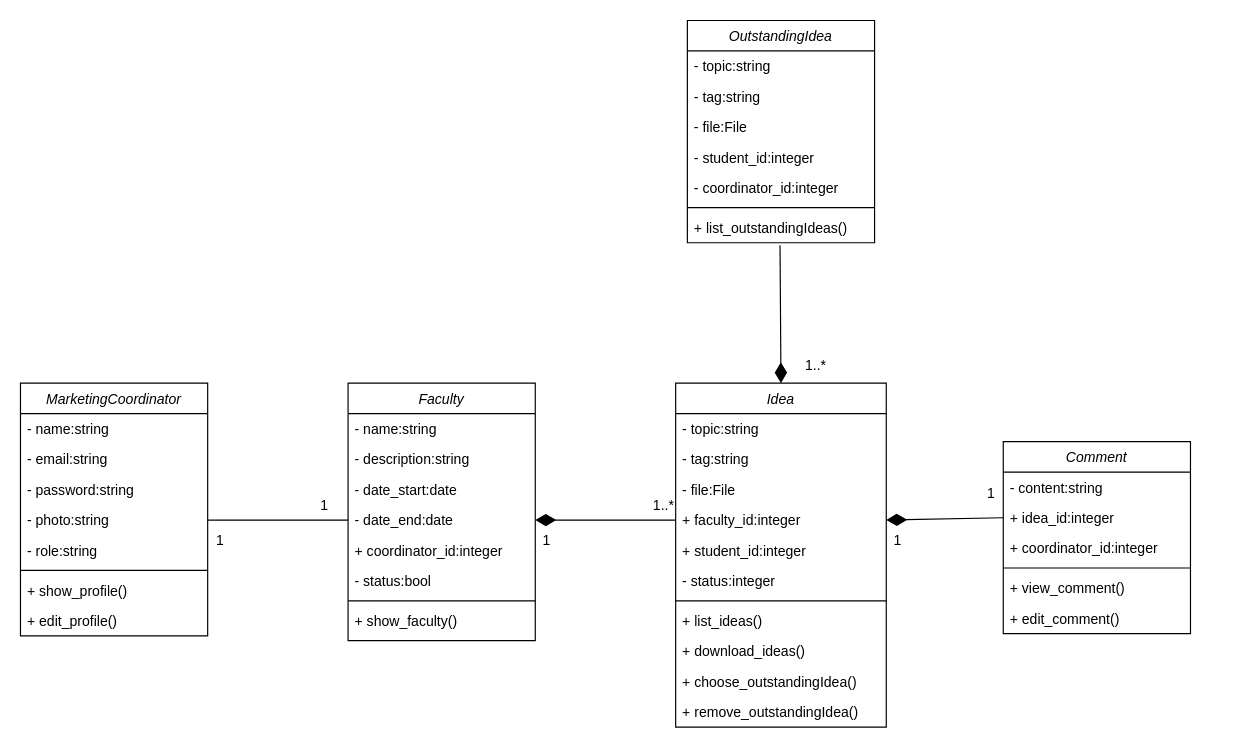
This is page "Marketing Coordinator" (4 of 5) of Database System Design diagram/Class Diagram.drawio from HungBuii/creative_ideas_project_1, a draw.io file, before an edit. Source tidied: cells renumbered, new cells numbered last; positions are measured from the earlier drawing's top-left corner, leaving out a move shared by most shapes. Both pictures are drawn from the tidied source at 117%, with x=0, y=0 at pixel (20, 20).
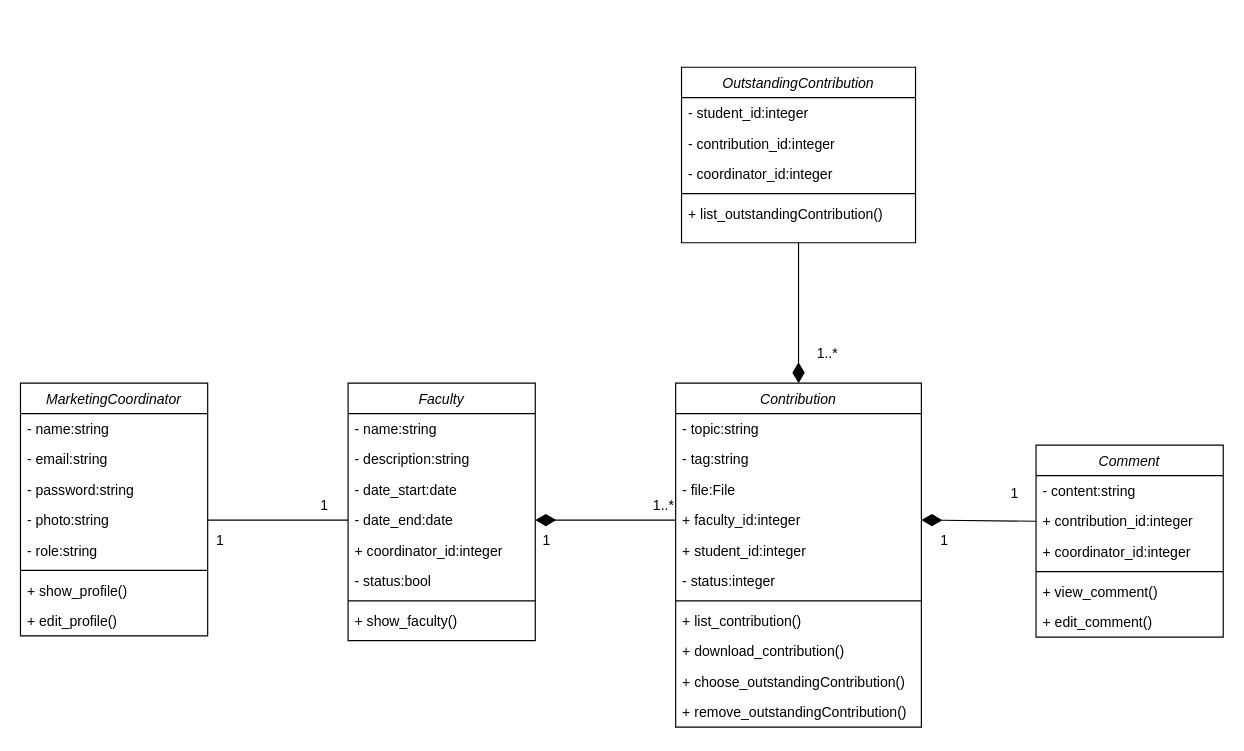
The same diagram, later.

Diff of the diagram source:
```diff
@@
-    <mxCell id="23" value="Idea" style="swimlane;fontStyle=2;align=center;verticalAlign=top;horizontal=1;startSize=26;rounded=0;shadow=0;strokeWidth=1;" parent="1" vertex="1">
-      <mxGeometry x="560" y="310" width="180" height="294" as="geometry" />
+    <mxCell id="23" value="Contribution" style="swimlane;fontStyle=2;align=center;verticalAlign=top;horizontal=1;startSize=26;rounded=0;shadow=0;strokeWidth=1;" parent="1" vertex="1">
+      <mxGeometry x="560" y="310" width="210" height="294" as="geometry" />
     </mxCell>
     <mxCell id="24" value="- topic:string" style="text;align=left;verticalAlign=top;spacingLeft=4;spacingRight=4;overflow=hidden;" parent="23" vertex="1">
-      <mxGeometry y="26" width="180" height="26" as="geometry" />
+      <mxGeometry y="26" width="210" height="26" as="geometry" />
     </mxCell>
     <mxCell id="25" value="- tag:string" style="text;align=left;verticalAlign=top;spacingLeft=4;spacingRight=4;overflow=hidden;rounded=0;shadow=0;html=0;" parent="23" vertex="1">
-      <mxGeometry y="52" width="180" height="26" as="geometry" />
+      <mxGeometry y="52" width="210" height="26" as="geometry" />
     </mxCell>
     <mxCell id="26" value="- file:File" style="text;align=left;verticalAlign=top;spacingLeft=4;spacingRight=4;overflow=hidden;rounded=0;shadow=0;html=0;" parent="23" vertex="1">
-      <mxGeometry y="78" width="180" height="26" as="geometry" />
+      <mxGeometry y="78" width="210" height="26" as="geometry" />
     </mxCell>
     <mxCell id="27" value="+ faculty_id:integer" style="text;align=left;verticalAlign=top;spacingLeft=4;spacingRight=4;overflow=hidden;points=[[0,0.5],[1,0.5]];portConstraint=eastwest;rounded=0;shadow=0;html=0;" parent="23" vertex="1">
-      <mxGeometry y="104" width="180" height="26" as="geometry" />
+      <mxGeometry y="104" width="210" height="26" as="geometry" />
     </mxCell>
     <mxCell id="28" value="+ student_id:integer" style="text;align=left;verticalAlign=top;spacingLeft=4;spacingRight=4;overflow=hidden;rounded=0;shadow=0;html=0;" parent="23" vertex="1">
-      <mxGeometry y="130" width="180" height="26" as="geometry" />
+      <mxGeometry y="130" width="210" height="26" as="geometry" />
     </mxCell>
     <mxCell id="29" value="- status:integer" style="text;align=left;verticalAlign=top;spacingLeft=4;spacingRight=4;overflow=hidden;rounded=0;shadow=0;html=0;" parent="23" vertex="1">
-      <mxGeometry y="156" width="180" height="26" as="geometry" />
+      <mxGeometry y="156" width="210" height="26" as="geometry" />
     </mxCell>
     <mxCell id="30" style="line;html=1;strokeWidth=1;align=left;verticalAlign=middle;spacingTop=-1;spacingLeft=3;spacingRight=3;labelPosition=right;" parent="23" vertex="1">
-      <mxGeometry y="182" width="180" height="8" as="geometry" />
+      <mxGeometry y="182" width="210" height="8" as="geometry" />
     </mxCell>
-    <mxCell id="31" value="+ list_ideas()" style="text;align=left;verticalAlign=top;spacingLeft=4;spacingRight=4;overflow=hidden;" parent="23" vertex="1">
-      <mxGeometry y="190" width="180" height="26" as="geometry" />
+    <mxCell id="31" value="+ list_contribution()" style="text;align=left;verticalAlign=top;spacingLeft=4;spacingRight=4;overflow=hidden;" parent="23" vertex="1">
+      <mxGeometry y="190" width="210" height="26" as="geometry" />
     </mxCell>
-    <mxCell id="32" value="+ download_ideas()" style="text;align=left;verticalAlign=top;spacingLeft=4;spacingRight=4;overflow=hidden;" parent="23" vertex="1">
-      <mxGeometry y="216" width="180" height="26" as="geometry" />
+    <mxCell id="32" value="+ download_contribution()" style="text;align=left;verticalAlign=top;spacingLeft=4;spacingRight=4;overflow=hidden;" parent="23" vertex="1">
+      <mxGeometry y="216" width="210" height="26" as="geometry" />
     </mxCell>
-    <mxCell id="33" value="+ choose_outstandingIdea()" style="text;align=left;verticalAlign=top;spacingLeft=4;spacingRight=4;overflow=hidden;" parent="23" vertex="1">
-      <mxGeometry y="242" width="180" height="26" as="geometry" />
+    <mxCell id="33" value="+ choose_outstandingContribution()" style="text;align=left;verticalAlign=top;spacingLeft=4;spacingRight=4;overflow=hidden;" parent="23" vertex="1">
+      <mxGeometry y="242" width="210" height="26" as="geometry" />
     </mxCell>
-    <mxCell id="34" value="+ remove_outstandingIdea()" style="text;align=left;verticalAlign=top;spacingLeft=4;spacingRight=4;overflow=hidden;" parent="23" vertex="1">
-      <mxGeometry y="268" width="180" height="26" as="geometry" />
+    <mxCell id="34" value="+ remove_outstandingContribution()" style="text;align=left;verticalAlign=top;spacingLeft=4;spacingRight=4;overflow=hidden;" parent="23" vertex="1">
+      <mxGeometry y="268" width="210" height="26" as="geometry" />
     </mxCell>
@@
-    <mxCell id="38" value="OutstandingIdea" style="swimlane;fontStyle=2;align=center;verticalAlign=top;horizontal=1;startSize=26;rounded=0;shadow=0;strokeWidth=1;" parent="1" vertex="1">
-      <mxGeometry x="570" width="160" height="190" as="geometry" />
+    <mxCell id="38" value="OutstandingContribution" style="swimlane;fontStyle=2;align=center;verticalAlign=top;horizontal=1;startSize=26;rounded=0;shadow=0;strokeWidth=1;" parent="1" vertex="1">
+      <mxGeometry x="565" y="40" width="200" height="150" as="geometry" />
     </mxCell>
+    <mxCell id="42" value="- student_id:integer" style="text;align=left;verticalAlign=top;spacingLeft=4;spacingRight=4;overflow=hidden;rounded=0;shadow=0;html=0;" parent="38" vertex="1">
+      <mxGeometry y="26" width="200" height="26" as="geometry" />
+    </mxCell>
-    <mxCell id="39" value="- topic:string" style="text;align=left;verticalAlign=top;spacingLeft=4;spacingRight=4;overflow=hidden;" parent="38" vertex="1">
-      <mxGeometry y="26" width="160" height="26" as="geometry" />
+    <mxCell id="39" value="- contribution_id:integer" style="text;align=left;verticalAlign=top;spacingLeft=4;spacingRight=4;overflow=hidden;" parent="38" vertex="1">
+      <mxGeometry y="52" width="200" height="26" as="geometry" />
     </mxCell>
-    <mxCell id="40" value="- tag:string" style="text;align=left;verticalAlign=top;spacingLeft=4;spacingRight=4;overflow=hidden;rounded=0;shadow=0;html=0;" parent="38" vertex="1">
-      <mxGeometry y="52" width="160" height="26" as="geometry" />
-    </mxCell>
-    <mxCell id="41" value="- file:File" style="text;align=left;verticalAlign=top;spacingLeft=4;spacingRight=4;overflow=hidden;rounded=0;shadow=0;html=0;" parent="38" vertex="1">
-      <mxGeometry y="78" width="160" height="26" as="geometry" />
-    </mxCell>
-    <mxCell id="42" value="- student_id:integer" style="text;align=left;verticalAlign=top;spacingLeft=4;spacingRight=4;overflow=hidden;rounded=0;shadow=0;html=0;" parent="38" vertex="1">
-      <mxGeometry y="104" width="160" height="26" as="geometry" />
-    </mxCell>
     <mxCell id="43" value="- coordinator_id:integer" style="text;align=left;verticalAlign=top;spacingLeft=4;spacingRight=4;overflow=hidden;rounded=0;shadow=0;html=0;" parent="38" vertex="1">
-      <mxGeometry y="130" width="160" height="26" as="geometry" />
+      <mxGeometry y="78" width="200" height="26" as="geometry" />
     </mxCell>
     <mxCell id="44" style="line;html=1;strokeWidth=1;align=left;verticalAlign=middle;spacingTop=-1;spacingLeft=3;spacingRight=3;labelPosition=right;" parent="38" vertex="1">
-      <mxGeometry y="156" width="160" height="8" as="geometry" />
+      <mxGeometry y="104" width="200" height="8" as="geometry" />
     </mxCell>
-    <mxCell id="45" value="+ list_outstandingIdeas()" style="text;align=left;verticalAlign=top;spacingLeft=4;spacingRight=4;overflow=hidden;points=[[0,0.5],[1,0.5]];portConstraint=eastwest;" parent="38" vertex="1">
-      <mxGeometry y="164" width="160" height="26" as="geometry" />
+    <mxCell id="45" value="+ list_outstandingContribution()" style="text;align=left;verticalAlign=top;spacingLeft=4;spacingRight=4;overflow=hidden;points=[[0,0.5],[1,0.5]];portConstraint=eastwest;" parent="38" vertex="1">
+      <mxGeometry y="112" width="200" height="26" as="geometry" />
     </mxCell>
-    <mxCell id="46" style="endArrow=none;html=1;rounded=0;entryX=0.495;entryY=1.083;entryDx=0;entryDy=0;startArrow=diamondThin;startFill=1;startSize=15;entryPerimeter=0;exitX=0.5;exitY=0;exitDx=0;exitDy=0;" parent="1" edge="1" source="23" target="45">
-      <mxGeometry relative="1" as="geometry" />
-    </mxCell>
     <mxCell id="47" value="1..*" style="text;html=1;align=center;verticalAlign=middle;whiteSpace=wrap;rounded=0;" parent="1" vertex="1">
-      <mxGeometry x="650" y="280" width="60" height="30" as="geometry" />
+      <mxGeometry x="660" y="270" width="60" height="30" as="geometry" />
     </mxCell>
     <mxCell id="48" value="Comment" style="swimlane;fontStyle=2;align=center;verticalAlign=top;horizontal=1;startSize=26;rounded=0;shadow=0;strokeWidth=1;" parent="1" vertex="1">
-      <mxGeometry x="840" y="360" width="160" height="164" as="geometry" />
+      <mxGeometry x="868" y="363" width="160" height="164" as="geometry" />
     </mxCell>
@@
-    <mxCell id="50" value="+ idea_id:integer" style="text;align=left;verticalAlign=top;spacingLeft=4;spacingRight=4;overflow=hidden;points=[[0,0.5],[1,0.5]];portConstraint=eastwest;rounded=0;shadow=0;html=0;" parent="48" vertex="1">
+    <mxCell id="50" value="+ contribution_id:integer" style="text;align=left;verticalAlign=top;spacingLeft=4;spacingRight=4;overflow=hidden;points=[[0,0.5],[1,0.5]];portConstraint=eastwest;rounded=0;shadow=0;html=0;" parent="48" vertex="1">
       <mxGeometry y="52" width="160" height="26" as="geometry" />
     </mxCell>
@@
     <mxCell id="56" value="1" style="text;html=1;align=center;verticalAlign=middle;whiteSpace=wrap;rounded=0;" parent="1" vertex="1">
-      <mxGeometry x="800" y="390" width="60" height="30" as="geometry" />
+      <mxGeometry x="820" y="390" width="60" height="30" as="geometry" />
     </mxCell>
     <mxCell id="57" value="1" style="text;html=1;align=center;verticalAlign=middle;whiteSpace=wrap;rounded=0;" parent="1" vertex="1">
-      <mxGeometry x="720" y="430" width="60" height="30" as="geometry" />
+      <mxGeometry x="760" y="430" width="60" height="30" as="geometry" />
     </mxCell>
+    <mxCell id="58" style="endArrow=none;html=1;rounded=0;exitX=0.5;exitY=0;exitDx=0;exitDy=0;entryX=0.5;entryY=1;entryDx=0;entryDy=0;startArrow=diamondThin;startFill=1;startSize=15;" parent="1" edge="1" source="23" target="38">
+      <mxGeometry relative="1" as="geometry" />
+    </mxCell>
```
